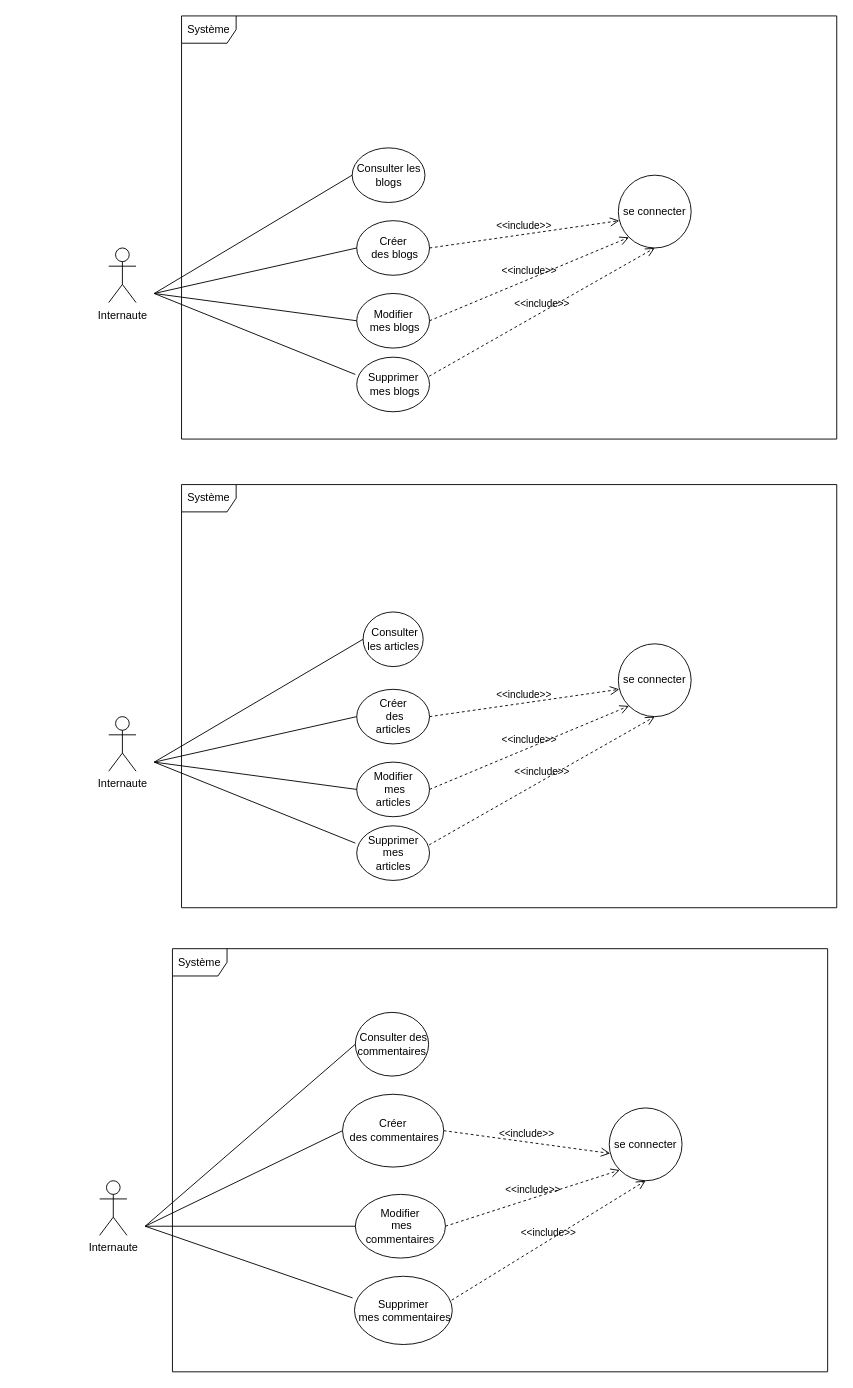
Before: page "Diagramme de cas d’utilisation" (3 of 9) of Diagramme sans nom.drawio in Ali0908/BDD_UML, a draw.io diagram. Source tidied: cells renumbered, new cells numbered last; positions are measured from the earlier drawing's top-left corner, leaving out a move shared by most shapes. Both pictures are drawn from the tidied source at 91%, with x=0, y=0 at pixel (99, 15).
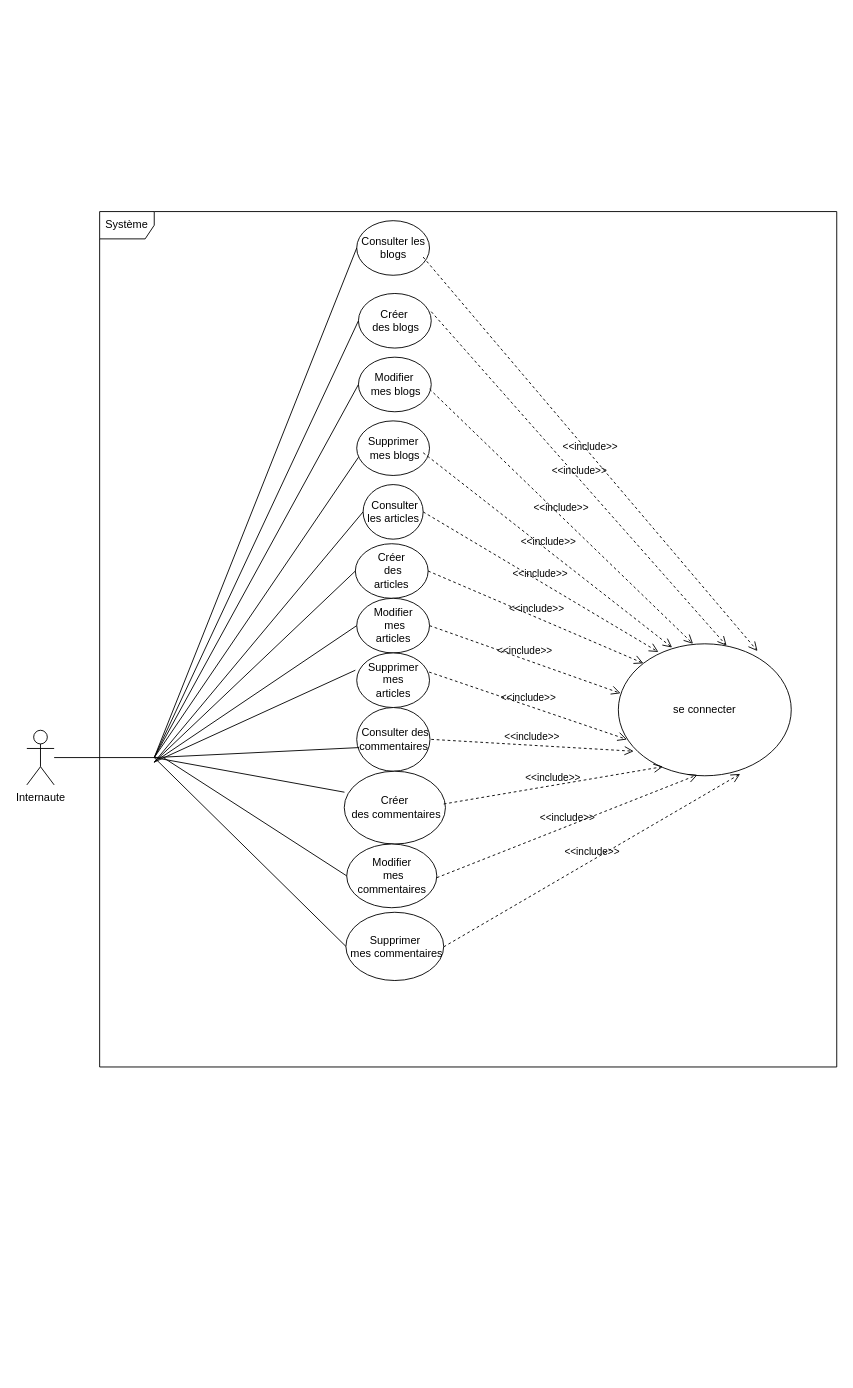
The same page after the edit.

Commit message:
MAJ diagramme d'utilisation

What changed in the source:
```diff
@@
-    <mxCell id="2" value="Internaute" style="shape=umlActor;verticalLabelPosition=bottom;verticalAlign=top;html=1;" parent="1" vertex="1">
-      <mxGeometry x="10" y="255" width="30" height="60" as="geometry" />
-    </mxCell>
     <mxCell id="3" value="Consulter les blogs" style="ellipse;whiteSpace=wrap;html=1;" parent="1" vertex="1">
-      <mxGeometry x="277.5" y="145" width="80" height="60" as="geometry" />
+      <mxGeometry x="282.5" y="225" width="80" height="60" as="geometry" />
     </mxCell>
-    <mxCell id="4" value="Système" style="shape=umlFrame;whiteSpace=wrap;html=1;" parent="1" vertex="1">
-      <mxGeometry x="90" width="720" height="465" as="geometry" />
-    </mxCell>
     <mxCell id="5" value="&lt;div&gt;Créer&lt;/div&gt;&lt;div&gt;&amp;nbsp;des blogs&lt;/div&gt;" style="ellipse;whiteSpace=wrap;html=1;" parent="1" vertex="1">
-      <mxGeometry x="282.5" y="225" width="80" height="60" as="geometry" />
+      <mxGeometry x="284.4" y="305" width="80" height="60" as="geometry" />
     </mxCell>
-    <mxCell id="6" value="se connecter" style="ellipse;whiteSpace=wrap;html=1;" parent="1" vertex="1">
-      <mxGeometry x="570" y="175" width="80" height="80" as="geometry" />
-    </mxCell>
     <mxCell id="7" value="&lt;div&gt;Modifier&lt;br&gt;&lt;/div&gt;&lt;div&gt;&amp;nbsp;mes blogs&lt;/div&gt;" style="ellipse;whiteSpace=wrap;html=1;" parent="1" vertex="1">
-      <mxGeometry x="282.5" y="305" width="80" height="60" as="geometry" />
+      <mxGeometry x="284.4" y="375" width="80" height="60" as="geometry" />
     </mxCell>
     <mxCell id="8" value="&lt;div&gt;Supprimer&lt;br&gt;&lt;/div&gt;&lt;div&gt;&amp;nbsp;mes blogs&lt;/div&gt;" style="ellipse;whiteSpace=wrap;html=1;" parent="1" vertex="1">
-      <mxGeometry x="282.5" y="375" width="80" height="60" as="geometry" />
+      <mxGeometry x="282.5" y="445" width="80" height="60" as="geometry" />
     </mxCell>
-    <mxCell id="9" style="endArrow=none;html=1;rounded=0;entryX=0;entryY=0.5;entryDx=0;entryDy=0;" parent="1" edge="1" target="3">
-      <mxGeometry relative="1" as="geometry">
-        <mxPoint x="60" y="305" as="sourcePoint" />
-      </mxGeometry>
-    </mxCell>
-    <mxCell id="10" style="endArrow=none;html=1;rounded=0;entryX=0;entryY=0.5;entryDx=0;entryDy=0;" parent="1" edge="1" target="5">
-      <mxGeometry relative="1" as="geometry">
-        <mxPoint x="60" y="305" as="sourcePoint" />
-      </mxGeometry>
-    </mxCell>
-    <mxCell id="11" style="endArrow=none;html=1;rounded=0;entryX=0;entryY=0.5;entryDx=0;entryDy=0;" parent="1" edge="1" target="7">
-      <mxGeometry relative="1" as="geometry">
-        <mxPoint x="60" y="305" as="sourcePoint" />
-      </mxGeometry>
-    </mxCell>
-    <mxCell id="12" style="endArrow=none;html=1;rounded=0;entryX=-0.019;entryY=0.317;entryDx=0;entryDy=0;entryPerimeter=0;" parent="1" edge="1" target="8">
-      <mxGeometry relative="1" as="geometry">
-        <mxPoint x="60" y="305" as="sourcePoint" />
-      </mxGeometry>
-    </mxCell>
-    <mxCell id="13" value="&amp;lt;&amp;lt;include&amp;gt;&amp;gt;" style="endArrow=open;startArrow=none;endFill=0;startFill=0;endSize=8;html=1;verticalAlign=bottom;dashed=1;labelBackgroundColor=none;rounded=0;exitX=1;exitY=0.5;exitDx=0;exitDy=0;entryX=0.013;entryY=0.625;entryDx=0;entryDy=0;entryPerimeter=0;" parent="1" edge="1" source="5" target="6">
-      <mxGeometry relative="1" as="geometry" />
-    </mxCell>
-    <mxCell id="14" value="&amp;lt;&amp;lt;include&amp;gt;&amp;gt;" style="endArrow=open;startArrow=none;endFill=0;startFill=0;endSize=8;html=1;verticalAlign=bottom;dashed=1;labelBackgroundColor=none;rounded=0;exitX=1;exitY=0.5;exitDx=0;exitDy=0;entryX=0;entryY=1;entryDx=0;entryDy=0;" parent="1" edge="1" source="7" target="6">
-      <mxGeometry relative="1" as="geometry" />
-    </mxCell>
-    <mxCell id="15" value="&amp;lt;&amp;lt;include&amp;gt;&amp;gt;" style="endArrow=open;startArrow=none;endFill=0;startFill=0;endSize=8;html=1;verticalAlign=bottom;dashed=1;labelBackgroundColor=none;rounded=0;exitX=0.994;exitY=0.35;exitDx=0;exitDy=0;exitPerimeter=0;entryX=0.5;entryY=1;entryDx=0;entryDy=0;entryPerimeter=0;" parent="1" edge="1" source="8" target="6">
-      <mxGeometry relative="1" as="geometry" />
-    </mxCell>
     <mxCell id="16" value="Internaute" style="shape=umlActor;verticalLabelPosition=bottom;verticalAlign=top;html=1;" parent="1" vertex="1">
-      <mxGeometry x="10" y="770" width="30" height="60" as="geometry" />
+      <mxGeometry x="-80" y="785" width="30" height="60" as="geometry" />
     </mxCell>
     <mxCell id="17" value="&amp;nbsp;Consulter les articles" style="ellipse;whiteSpace=wrap;html=1;" parent="1" vertex="1">
-      <mxGeometry x="289.5" y="655" width="66" height="60" as="geometry" />
+      <mxGeometry x="289.5" y="515" width="66" height="60" as="geometry" />
     </mxCell>
     <mxCell id="18" value="Système" style="shape=umlFrame;whiteSpace=wrap;html=1;" parent="1" vertex="1">
-      <mxGeometry x="90" y="515" width="720" height="465" as="geometry" />
+      <mxGeometry y="215" width="810" height="940" as="geometry" />
     </mxCell>
     <mxCell id="19" value="&lt;div&gt;Créer&lt;/div&gt;&lt;div&gt;&amp;nbsp;des&lt;/div&gt;articles" style="ellipse;whiteSpace=wrap;html=1;" parent="1" vertex="1">
-      <mxGeometry x="282.5" y="740" width="80" height="60" as="geometry" />
+      <mxGeometry x="281" y="580" width="80" height="60" as="geometry" />
     </mxCell>
     <mxCell id="20" value="se connecter" style="ellipse;whiteSpace=wrap;html=1;" parent="1" vertex="1">
-      <mxGeometry x="570" y="690" width="80" height="80" as="geometry" />
+      <mxGeometry x="570" y="690" width="190" height="145" as="geometry" />
     </mxCell>
     <mxCell id="21" value="&lt;div&gt;Modifier&lt;br&gt;&lt;/div&gt;&lt;div&gt;&amp;nbsp;mes&lt;/div&gt;articles" style="ellipse;whiteSpace=wrap;html=1;" parent="1" vertex="1">
-      <mxGeometry x="282.5" y="820" width="80" height="60" as="geometry" />
+      <mxGeometry x="282.5" y="640" width="80" height="60" as="geometry" />
     </mxCell>
     <mxCell id="22" value="&lt;div&gt;Supprimer&lt;br&gt;&lt;/div&gt;&lt;div&gt;&amp;nbsp;mes&amp;nbsp;&lt;/div&gt;articles" style="ellipse;whiteSpace=wrap;html=1;" parent="1" vertex="1">
-      <mxGeometry x="282.5" y="890" width="80" height="60" as="geometry" />
+      <mxGeometry x="282.5" y="700" width="80" height="60" as="geometry" />
     </mxCell>
@@
-    <mxCell id="27" value="&amp;lt;&amp;lt;include&amp;gt;&amp;gt;" style="endArrow=open;startArrow=none;endFill=0;startFill=0;endSize=8;html=1;verticalAlign=bottom;dashed=1;labelBackgroundColor=none;rounded=0;exitX=1;exitY=0.5;exitDx=0;exitDy=0;entryX=0.013;entryY=0.625;entryDx=0;entryDy=0;entryPerimeter=0;" parent="1" edge="1" source="19" target="20">
+    <mxCell id="27" value="&amp;lt;&amp;lt;include&amp;gt;&amp;gt;" style="endArrow=open;startArrow=none;endFill=0;startFill=0;endSize=8;html=1;verticalAlign=bottom;dashed=1;labelBackgroundColor=none;rounded=0;exitX=1;exitY=0.5;exitDx=0;exitDy=0;entryX=0;entryY=0;entryDx=0;entryDy=0;" parent="1" edge="1" source="19" target="20">
       <mxGeometry relative="1" as="geometry" />
     </mxCell>
-    <mxCell id="28" value="&amp;lt;&amp;lt;include&amp;gt;&amp;gt;" style="endArrow=open;startArrow=none;endFill=0;startFill=0;endSize=8;html=1;verticalAlign=bottom;dashed=1;labelBackgroundColor=none;rounded=0;exitX=1;exitY=0.5;exitDx=0;exitDy=0;entryX=0;entryY=1;entryDx=0;entryDy=0;" parent="1" edge="1" source="21" target="20">
+    <mxCell id="28" value="&amp;lt;&amp;lt;include&amp;gt;&amp;gt;" style="endArrow=open;startArrow=none;endFill=0;startFill=0;endSize=8;html=1;verticalAlign=bottom;dashed=1;labelBackgroundColor=none;rounded=0;exitX=1;exitY=0.5;exitDx=0;exitDy=0;entryX=0.013;entryY=0.375;entryDx=0;entryDy=0;entryPerimeter=0;" parent="1" edge="1" source="21" target="20">
       <mxGeometry relative="1" as="geometry" />
     </mxCell>
-    <mxCell id="29" value="&amp;lt;&amp;lt;include&amp;gt;&amp;gt;" style="endArrow=open;startArrow=none;endFill=0;startFill=0;endSize=8;html=1;verticalAlign=bottom;dashed=1;labelBackgroundColor=none;rounded=0;exitX=0.994;exitY=0.35;exitDx=0;exitDy=0;exitPerimeter=0;entryX=0.5;entryY=1;entryDx=0;entryDy=0;entryPerimeter=0;" parent="1" edge="1" source="22" target="20">
+    <mxCell id="29" value="&amp;lt;&amp;lt;include&amp;gt;&amp;gt;" style="endArrow=open;startArrow=none;endFill=0;startFill=0;endSize=8;html=1;verticalAlign=bottom;dashed=1;labelBackgroundColor=none;rounded=0;exitX=0.994;exitY=0.35;exitDx=0;exitDy=0;exitPerimeter=0;entryX=0.05;entryY=0.725;entryDx=0;entryDy=0;entryPerimeter=0;" parent="1" edge="1" source="22" target="20">
       <mxGeometry relative="1" as="geometry" />
     </mxCell>
-    <mxCell id="30" value="Internaute" style="shape=umlActor;verticalLabelPosition=bottom;verticalAlign=top;html=1;" parent="1" vertex="1">
-      <mxGeometry y="1280" width="30" height="60" as="geometry" />
-    </mxCell>
     <mxCell id="31" value="&amp;nbsp;Consulter des commentaires" style="ellipse;whiteSpace=wrap;html=1;" parent="1" vertex="1">
-      <mxGeometry x="281" y="1095" width="80.5" height="70" as="geometry" />
+      <mxGeometry x="282.5" y="760" width="80.5" height="70" as="geometry" />
     </mxCell>
-    <mxCell id="32" value="Système" style="shape=umlFrame;whiteSpace=wrap;html=1;" parent="1" vertex="1">
-      <mxGeometry x="80" y="1025" width="720" height="465" as="geometry" />
-    </mxCell>
     <mxCell id="33" value="&lt;div&gt;Créer&lt;/div&gt;&lt;div&gt;&amp;nbsp;des commentaires&lt;/div&gt;" style="ellipse;whiteSpace=wrap;html=1;" parent="1" vertex="1">
-      <mxGeometry x="266.9" y="1185" width="111.2" height="80" as="geometry" />
+      <mxGeometry x="268.8" y="830" width="111.2" height="80" as="geometry" />
     </mxCell>
-    <mxCell id="34" value="se connecter" style="ellipse;whiteSpace=wrap;html=1;" parent="1" vertex="1">
-      <mxGeometry x="560" y="1200" width="80" height="80" as="geometry" />
-    </mxCell>
     <mxCell id="35" value="&lt;div&gt;Modifier&lt;br&gt;&lt;/div&gt;&lt;div&gt;&amp;nbsp;mes&lt;/div&gt;&lt;div&gt;commentaires&lt;/div&gt;" style="ellipse;whiteSpace=wrap;html=1;" parent="1" vertex="1">
-      <mxGeometry x="281" y="1295" width="99" height="70" as="geometry" />
+      <mxGeometry x="271.5" y="910" width="99" height="70" as="geometry" />
     </mxCell>
     <mxCell id="36" value="&lt;div&gt;Supprimer&lt;br&gt;&lt;/div&gt;&lt;div&gt;&amp;nbsp;mes commentaires&lt;/div&gt;" style="ellipse;whiteSpace=wrap;html=1;" parent="1" vertex="1">
-      <mxGeometry x="280" y="1385" width="107.5" height="75" as="geometry" />
+      <mxGeometry x="270.6" y="985" width="107.5" height="75" as="geometry" />
     </mxCell>
-    <mxCell id="37" style="endArrow=none;html=1;rounded=0;entryX=0;entryY=0.5;entryDx=0;entryDy=0;" parent="1" edge="1" target="31">
-      <mxGeometry relative="1" as="geometry">
-        <mxPoint x="50" y="1330" as="sourcePoint" />
-      </mxGeometry>
-    </mxCell>
-    <mxCell id="38" style="endArrow=none;html=1;rounded=0;entryX=0;entryY=0.5;entryDx=0;entryDy=0;" parent="1" edge="1" target="33">
-      <mxGeometry relative="1" as="geometry">
-        <mxPoint x="50" y="1330" as="sourcePoint" />
-      </mxGeometry>
-    </mxCell>
-    <mxCell id="39" style="endArrow=none;html=1;rounded=0;entryX=0;entryY=0.5;entryDx=0;entryDy=0;" parent="1" edge="1" target="35">
-      <mxGeometry relative="1" as="geometry">
-        <mxPoint x="50" y="1330" as="sourcePoint" />
-      </mxGeometry>
-    </mxCell>
-    <mxCell id="40" style="endArrow=none;html=1;rounded=0;entryX=-0.019;entryY=0.317;entryDx=0;entryDy=0;entryPerimeter=0;" parent="1" edge="1" target="36">
-      <mxGeometry relative="1" as="geometry">
-        <mxPoint x="50" y="1330" as="sourcePoint" />
-      </mxGeometry>
-    </mxCell>
-    <mxCell id="41" value="&amp;lt;&amp;lt;include&amp;gt;&amp;gt;" style="endArrow=open;startArrow=none;endFill=0;startFill=0;endSize=8;html=1;verticalAlign=bottom;dashed=1;labelBackgroundColor=none;rounded=0;exitX=1;exitY=0.5;exitDx=0;exitDy=0;entryX=0.013;entryY=0.625;entryDx=0;entryDy=0;entryPerimeter=0;" parent="1" edge="1" source="33" target="34">
-      <mxGeometry relative="1" as="geometry" />
-    </mxCell>
-    <mxCell id="42" value="&amp;lt;&amp;lt;include&amp;gt;&amp;gt;" style="endArrow=open;startArrow=none;endFill=0;startFill=0;endSize=8;html=1;verticalAlign=bottom;dashed=1;labelBackgroundColor=none;rounded=0;exitX=1;exitY=0.5;exitDx=0;exitDy=0;entryX=0;entryY=1;entryDx=0;entryDy=0;" parent="1" edge="1" source="35" target="34">
-      <mxGeometry relative="1" as="geometry" />
-    </mxCell>
-    <mxCell id="43" value="&amp;lt;&amp;lt;include&amp;gt;&amp;gt;" style="endArrow=open;startArrow=none;endFill=0;startFill=0;endSize=8;html=1;verticalAlign=bottom;dashed=1;labelBackgroundColor=none;rounded=0;exitX=0.994;exitY=0.35;exitDx=0;exitDy=0;exitPerimeter=0;entryX=0.5;entryY=1;entryDx=0;entryDy=0;entryPerimeter=0;" parent="1" edge="1" source="36" target="34">
-      <mxGeometry relative="1" as="geometry" />
-    </mxCell>
+    <mxCell id="44" style="endArrow=none;html=1;rounded=0;entryX=0;entryY=0.5;entryDx=0;entryDy=0;" parent="1" edge="1" target="3">
+      <mxGeometry relative="1" as="geometry">
+        <mxPoint x="60" y="815" as="sourcePoint" />
+      </mxGeometry>
+    </mxCell>
+    <mxCell id="45" style="endArrow=none;html=1;rounded=0;entryX=0;entryY=0.5;entryDx=0;entryDy=0;" parent="1" edge="1" target="5">
+      <mxGeometry relative="1" as="geometry">
+        <mxPoint x="60" y="815" as="sourcePoint" />
+      </mxGeometry>
+    </mxCell>
+    <mxCell id="46" style="endArrow=none;html=1;rounded=0;entryX=0;entryY=0.5;entryDx=0;entryDy=0;" parent="1" edge="1" target="7">
+      <mxGeometry relative="1" as="geometry">
+        <mxPoint x="60" y="815" as="sourcePoint" />
+      </mxGeometry>
+    </mxCell>
+    <mxCell id="47" style="endArrow=none;html=1;rounded=0;" parent="1" edge="1">
+      <mxGeometry relative="1" as="geometry">
+        <mxPoint x="60" y="815" as="sourcePoint" />
+        <mxPoint x="284.4" y="485" as="targetPoint" />
+      </mxGeometry>
+    </mxCell>
+    <mxCell id="48" style="endArrow=none;html=1;rounded=0;entryX=0.031;entryY=0.629;entryDx=0;entryDy=0;entryPerimeter=0;" parent="1" edge="1" target="31">
+      <mxGeometry relative="1" as="geometry">
+        <mxPoint x="60" y="815" as="sourcePoint" />
+      </mxGeometry>
+    </mxCell>
+    <mxCell id="49" style="endArrow=none;html=1;rounded=0;entryX=0.002;entryY=0.288;entryDx=0;entryDy=0;entryPerimeter=0;" parent="1" edge="1" target="33">
+      <mxGeometry relative="1" as="geometry">
+        <mxPoint x="60" y="815" as="sourcePoint" />
+      </mxGeometry>
+    </mxCell>
+    <mxCell id="50" style="endArrow=none;html=1;rounded=0;entryX=0;entryY=0.5;entryDx=0;entryDy=0;" parent="1" edge="1" target="35">
+      <mxGeometry relative="1" as="geometry">
+        <mxPoint x="70" y="815" as="sourcePoint" />
+      </mxGeometry>
+    </mxCell>
+    <mxCell id="51" style="endArrow=none;html=1;rounded=0;entryX=0;entryY=0.5;entryDx=0;entryDy=0;" parent="1" edge="1" target="36">
+      <mxGeometry relative="1" as="geometry">
+        <mxPoint x="60" y="815" as="sourcePoint" />
+      </mxGeometry>
+    </mxCell>
+    <mxCell id="52" style="endArrow=none;html=1;rounded=0;" parent="1" edge="1">
+      <mxGeometry relative="1" as="geometry">
+        <mxPoint x="-50" y="815" as="sourcePoint" />
+        <mxPoint x="60" y="815" as="targetPoint" />
+      </mxGeometry>
+    </mxCell>
+    <mxCell id="53" value="&amp;lt;&amp;lt;include&amp;gt;&amp;gt;" style="endArrow=open;startArrow=none;endFill=0;startFill=0;endSize=8;html=1;verticalAlign=bottom;dashed=1;labelBackgroundColor=none;rounded=0;exitX=0.994;exitY=0.35;exitDx=0;exitDy=0;exitPerimeter=0;entryX=0.805;entryY=0.055;entryDx=0;entryDy=0;entryPerimeter=0;" parent="1" edge="1" target="20">
+      <mxGeometry relative="1" as="geometry">
+        <mxPoint x="355.5" y="265" as="sourcePoint" />
+      </mxGeometry>
+    </mxCell>
+    <mxCell id="54" value="&amp;lt;&amp;lt;include&amp;gt;&amp;gt;" style="endArrow=open;startArrow=none;endFill=0;startFill=0;endSize=8;html=1;verticalAlign=bottom;dashed=1;labelBackgroundColor=none;rounded=0;exitX=0.994;exitY=0.35;exitDx=0;exitDy=0;exitPerimeter=0;entryX=0.089;entryY=0.814;entryDx=0;entryDy=0;entryPerimeter=0;" parent="1" edge="1" target="20">
+      <mxGeometry relative="1" as="geometry">
+        <mxPoint x="364.4" y="795" as="sourcePoint" />
+      </mxGeometry>
+    </mxCell>
+    <mxCell id="55" value="&amp;lt;&amp;lt;include&amp;gt;&amp;gt;" style="endArrow=open;startArrow=none;endFill=0;startFill=0;endSize=8;html=1;verticalAlign=bottom;dashed=1;labelBackgroundColor=none;rounded=0;exitX=0.994;exitY=0.35;exitDx=0;exitDy=0;exitPerimeter=0;entryX=0.258;entryY=0.931;entryDx=0;entryDy=0;entryPerimeter=0;" parent="1" edge="1" target="20">
+      <mxGeometry relative="1" as="geometry">
+        <mxPoint x="378.1" y="866" as="sourcePoint" />
+      </mxGeometry>
+    </mxCell>
+    <mxCell id="56" value="&amp;lt;&amp;lt;include&amp;gt;&amp;gt;" style="endArrow=open;startArrow=none;endFill=0;startFill=0;endSize=8;html=1;verticalAlign=bottom;dashed=1;labelBackgroundColor=none;rounded=0;exitX=0.994;exitY=0.35;exitDx=0;exitDy=0;exitPerimeter=0;entryX=0.458;entryY=0.993;entryDx=0;entryDy=0;entryPerimeter=0;" parent="1" edge="1" target="20">
+      <mxGeometry relative="1" as="geometry">
+        <mxPoint x="370.5" y="947" as="sourcePoint" />
+      </mxGeometry>
+    </mxCell>
+    <mxCell id="57" value="&amp;lt;&amp;lt;include&amp;gt;&amp;gt;" style="endArrow=open;startArrow=none;endFill=0;startFill=0;endSize=8;html=1;verticalAlign=bottom;dashed=1;labelBackgroundColor=none;rounded=0;exitX=0.994;exitY=0.35;exitDx=0;exitDy=0;exitPerimeter=0;entryX=0.705;entryY=0.986;entryDx=0;entryDy=0;entryPerimeter=0;" parent="1" edge="1" target="20">
+      <mxGeometry relative="1" as="geometry">
+        <mxPoint x="378.1" y="1023" as="sourcePoint" />
+      </mxGeometry>
+    </mxCell>
+    <mxCell id="58" value="&amp;lt;&amp;lt;include&amp;gt;&amp;gt;" style="endArrow=open;startArrow=none;endFill=0;startFill=0;endSize=8;html=1;verticalAlign=bottom;dashed=1;labelBackgroundColor=none;rounded=0;exitX=1;exitY=0.5;exitDx=0;exitDy=0;entryX=0.626;entryY=0.014;entryDx=0;entryDy=0;entryPerimeter=0;" parent="1" edge="1" target="20">
+      <mxGeometry relative="1" as="geometry">
+        <mxPoint x="364.4" y="325" as="sourcePoint" />
+      </mxGeometry>
+    </mxCell>
+    <mxCell id="59" value="&amp;lt;&amp;lt;include&amp;gt;&amp;gt;" style="endArrow=open;startArrow=none;endFill=0;startFill=0;endSize=8;html=1;verticalAlign=bottom;dashed=1;labelBackgroundColor=none;rounded=0;exitX=0.994;exitY=0.35;exitDx=0;exitDy=0;exitPerimeter=0;entryX=0.432;entryY=0;entryDx=0;entryDy=0;entryPerimeter=0;" parent="1" edge="1" target="20">
+      <mxGeometry relative="1" as="geometry">
+        <mxPoint x="362.5" y="410" as="sourcePoint" />
+      </mxGeometry>
+    </mxCell>
+    <mxCell id="60" value="&amp;lt;&amp;lt;include&amp;gt;&amp;gt;" style="endArrow=open;startArrow=none;endFill=0;startFill=0;endSize=8;html=1;verticalAlign=bottom;dashed=1;labelBackgroundColor=none;rounded=0;exitX=0.994;exitY=0.35;exitDx=0;exitDy=0;exitPerimeter=0;entryX=0.311;entryY=0.028;entryDx=0;entryDy=0;entryPerimeter=0;" parent="1" edge="1" target="20">
+      <mxGeometry relative="1" as="geometry">
+        <mxPoint x="355.5" y="480" as="sourcePoint" />
+      </mxGeometry>
+    </mxCell>
+    <mxCell id="61" value="&amp;lt;&amp;lt;include&amp;gt;&amp;gt;" style="endArrow=open;startArrow=none;endFill=0;startFill=0;endSize=8;html=1;verticalAlign=bottom;dashed=1;labelBackgroundColor=none;rounded=0;exitX=0.994;exitY=0.35;exitDx=0;exitDy=0;exitPerimeter=0;entryX=0.232;entryY=0.062;entryDx=0;entryDy=0;entryPerimeter=0;" parent="1" edge="1" target="20">
+      <mxGeometry relative="1" as="geometry">
+        <mxPoint x="355.5" y="545" as="sourcePoint" />
+      </mxGeometry>
+    </mxCell>
```
